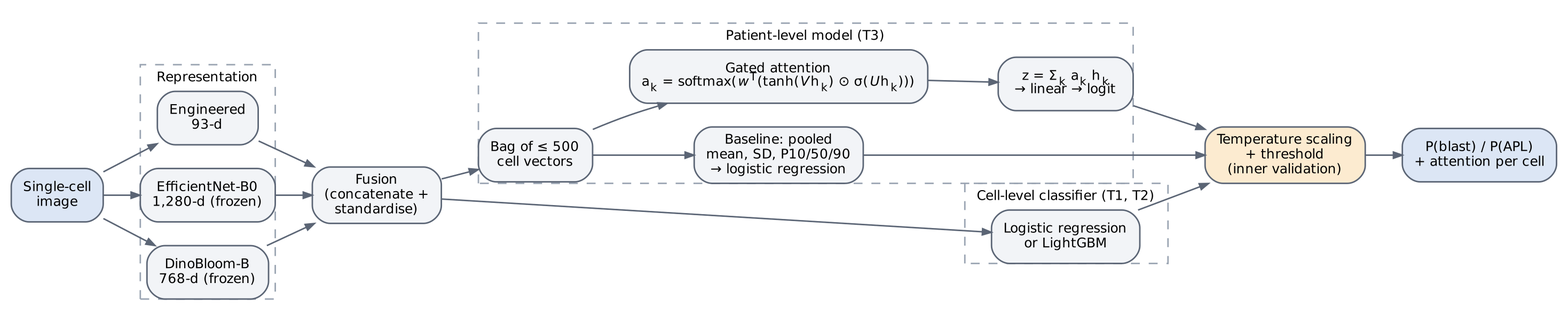
The Graphviz diagram manuscript/figures/fig_model.png in Sherif-Hussein/leukemia-leakage-benchmark, before a commit. Its source is kept beside it as manuscript/figures/fig_model.dot.
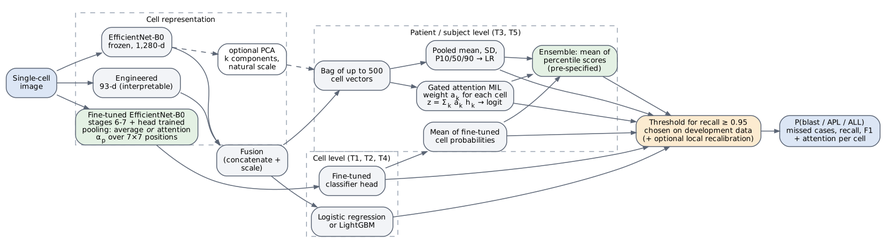
Above is the later version.

Diff of the diagram source:
```diff
@@ -1,27 +1,36 @@
 digraph M {
-  graph [rankdir=LR, fontname="DejaVu Sans", fontsize=10, nodesep=0.22, ranksep=0.35, margin=0.05, compound=true];
+  graph [rankdir=LR, fontname="DejaVu Sans", fontsize=10, nodesep=0.2, ranksep=0.32, margin=0.05, compound=true];
   node  [shape=box, style="rounded,filled", fillcolor="#F2F4F7", color="#5B6575", fontname="DejaVu Sans", fontsize=9];
   edge  [color="#5B6575", arrowsize=0.6];
   cell [label="Single-cell\nimage", shape=box, fillcolor="#DCE6F5"];
-  subgraph cluster_rep { label="Representation"; fontsize=9; style=dashed; color="#9AA4B2";
-    h [label="Engineered\n93-d"]; e [label="EfficientNet-B0\n1,280-d (frozen)"]; d [label="DinoBloom-B\n768-d (frozen)"];
+  subgraph cluster_rep { label="Cell representation"; fontsize=9; style=dashed; color="#9AA4B2";
+    h  [label="Engineered\n93-d (interpretable)"];
+    e  [label="EfficientNet-B0\nfrozen, 1,280-d"];
+    pca [label="optional PCA\nk components,\nnatural scale", fillcolor="#FFFFFF"];
+    ft [label=<Fine-tuned EfficientNet-B0<BR/>stages 6-7 + head trained<BR/>pooling: average <I>or</I> attention<BR/>&#945;<SUB>p</SUB> over 7&#215;7 positions>, fillcolor="#E4F1E4"];
   }
-  f [label="Fusion\n(concatenate +\nstandardise)"];
-  subgraph cluster_cell { label="Cell-level classifier (T1, T2)"; fontsize=9; style=dashed; color="#9AA4B2";
+  f [label="Fusion\n(concatenate +\nscale)"];
+  subgraph cluster_cell { label="Cell level (T1, T2, T4)"; fontsize=9; style=dashed; color="#9AA4B2";
     lr [label="Logistic regression\nor LightGBM"];
+    ftc [label="Fine-tuned\nclassifier head"];
   }
-  subgraph cluster_pat { label="Patient-level model (T3)"; fontsize=9; style=dashed; color="#9AA4B2";
-    bag [label="Bag of &#8804; 500\ncell vectors"];
-    att [label=<Gated attention<BR/>a<SUB>k</SUB> = softmax(<I>w</I><SUP>T</SUP>(tanh(<I>V</I>h<SUB>k</SUB>) &#8857; &#963;(<I>U</I>h<SUB>k</SUB>)))>];
-    agg [margin="0.15,0.12", label=<z = &#931;<SUB>k</SUB> a<SUB>k</SUB> h<SUB>k</SUB><BR/>&#8594; linear &#8594; logit>];
-    pool [label="Baseline: pooled\nmean, SD, P10/50/90\n&#8594; logistic regression"];
+  subgraph cluster_pat { label="Patient / subject level (T3, T5)"; fontsize=9; style=dashed; color="#9AA4B2";
+    bag  [label="Bag of up to 500\ncell vectors"];
+    pool [label="Pooled mean, SD,\nP10/50/90 &#8594; LR"];
+    att  [label=<Gated attention MIL<BR/>weight a<SUB>k</SUB> for each cell<BR/>z = &#931;<SUB>k</SUB> a<SUB>k</SUB> h<SUB>k</SUB> &#8594; logit>];
+    mean [label="Mean of fine-tuned\ncell probabilities"];
+    ens  [label="Ensemble: mean of\npercentile scores\n(pre-specified)", fillcolor="#E4F1E4"];
   }
-  cal [label="Temperature scaling\n+ threshold\n(inner validation)", fillcolor="#FCEBD0"];
-  out [label="P(blast) / P(APL)\n+ attention per cell", fillcolor="#DCE6F5"];
-  cell -> h; cell -> e; cell -> d;
-  h -> f; e -> f; d -> f;
-  f -> lr -> cal;
-  f -> bag -> att -> agg -> cal;
-  bag -> pool -> cal;
-  cal -> out;
+  thr [label="Threshold for recall &#8805; 0.95\nchosen on development data\n(+ optional local recalibration)", fillcolor="#FCEBD0"];
+  out [label="P(blast / APL / ALL)\nmissed cases, recall, F1\n+ attention per cell", fillcolor="#DCE6F5"];
+  cell -> h; cell -> e; cell -> ft;
+  e -> pca [style=dashed];
+  h -> f; e -> f;
+  f -> lr; ft -> ftc;
+  f -> bag; pca -> bag [style=dashed];
+  bag -> pool; bag -> att;
+  ftc -> mean;
+  pool -> ens; att -> ens; mean -> ens;
+  lr -> thr; ftc -> thr; pool -> thr; att -> thr; mean -> thr; ens -> thr;
+  thr -> out;
 }
```
